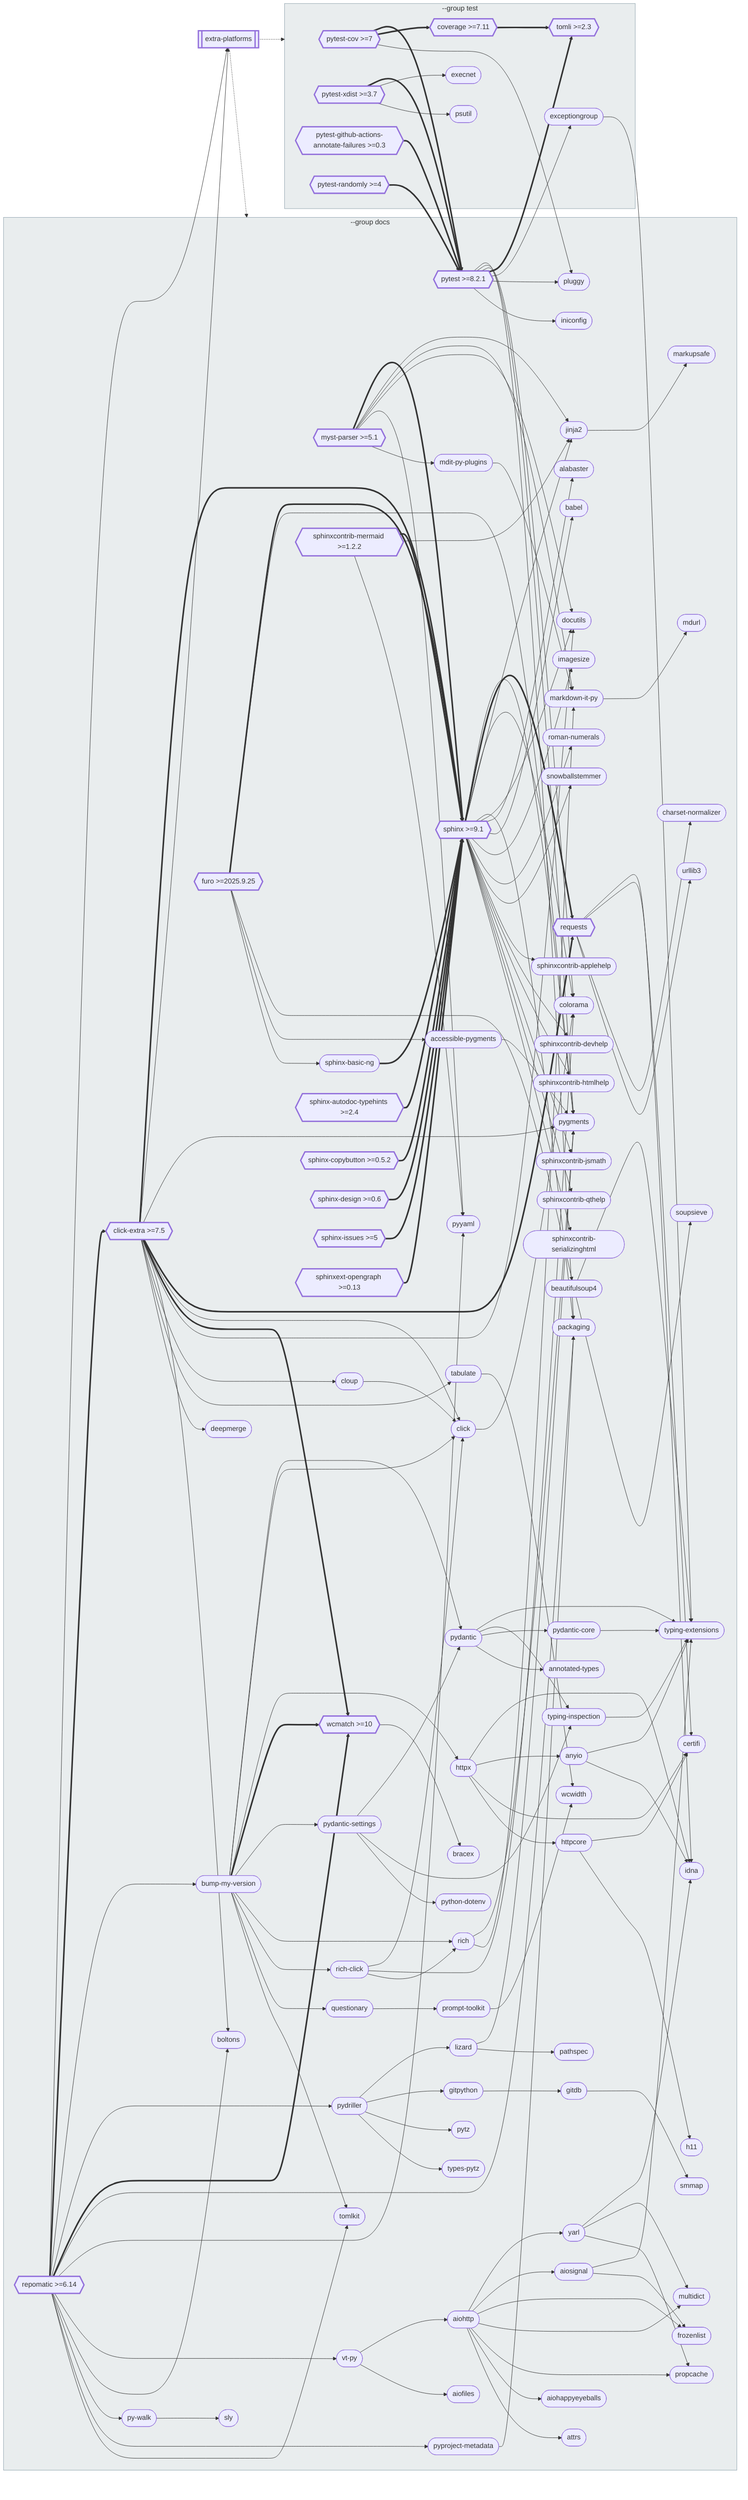
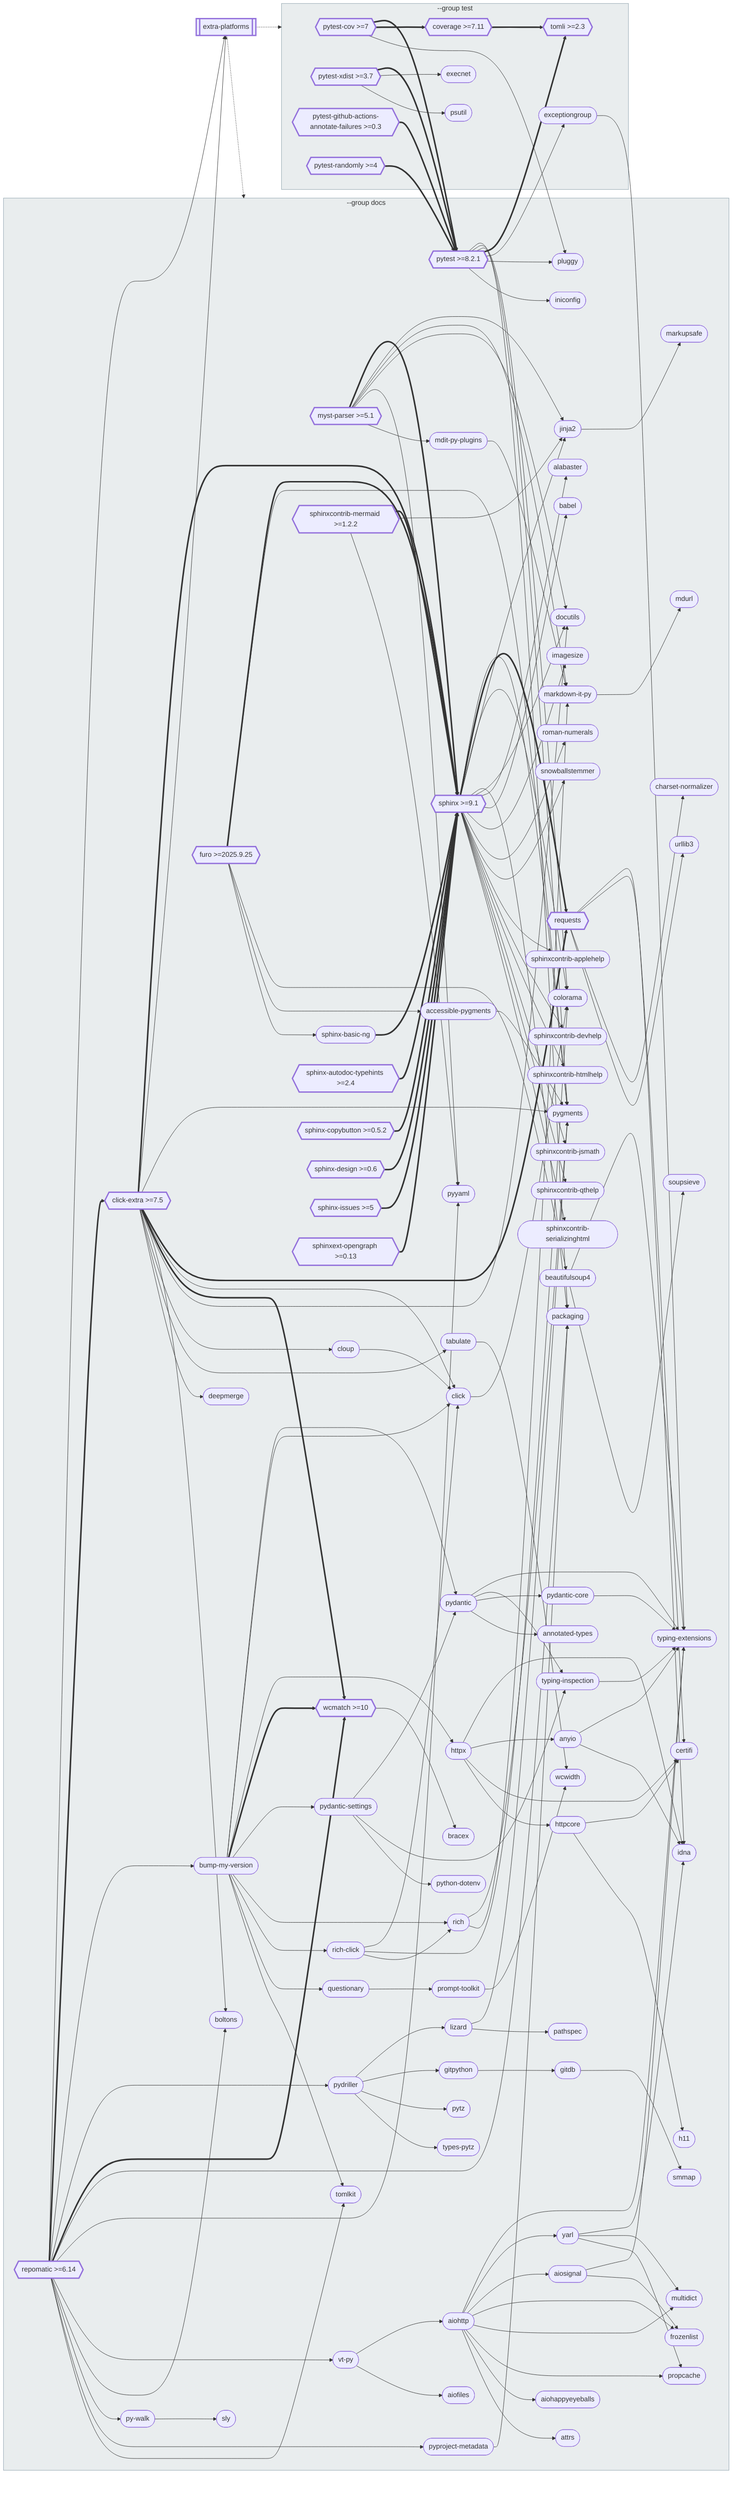
flowchart LR
    extra_platforms[["`extra-platforms`"]]

    subgraph grp_docs [--group docs]
        sphinx{{"`sphinx >=9.1`"}}
        click_extra{{"`click-extra >=7.5`"}}
        repomatic{{"`repomatic >=6.14`"}}
        pytest{{"`pytest >=8.2.1`"}}
        bump_my_version(["`bump-my-version`"])
        aiohttp(["`aiohttp`"])
+         typing_extensions(["`typing-extensions`"])
        myst_parser{{"`myst-parser >=5.1`"}}
        pygments(["`pygments`"])
        requests{{"`requests`"}}
-         typing_extensions(["`typing-extensions`"])
        furo{{"`furo >=2025.9.25`"}}
        pydantic(["`pydantic`"])
        click_0(["`click`"])
        httpx(["`httpx`"])
        pydriller(["`pydriller`"])
        wcmatch{{"`wcmatch >=10`"}}
        colorama(["`colorama`"])
        idna(["`idna`"])
        jinja2(["`jinja2`"])
        markdown_it_py(["`markdown-it-py`"])
        packaging(["`packaging`"])
        pydantic_settings(["`pydantic-settings`"])
        rich(["`rich`"])
        rich_click(["`rich-click`"])
        sphinxcontrib_mermaid{{"`sphinxcontrib-mermaid >=1.2.2`"}}
        yarl(["`yarl`"])
        aiosignal(["`aiosignal`"])
        anyio(["`anyio`"])
        beautifulsoup4(["`beautifulsoup4`"])
        certifi(["`certifi`"])
        docutils(["`docutils`"])
        httpcore(["`httpcore`"])
        lizard(["`lizard`"])
        pyyaml(["`pyyaml`"])
        typing_inspection(["`typing-inspection`"])
        vt_py(["`vt-py`"])
        accessible_pygments(["`accessible-pygments`"])
        boltons(["`boltons`"])
        cloup(["`cloup`"])
        frozenlist(["`frozenlist`"])
        gitdb(["`gitdb`"])
        gitpython(["`gitpython`"])
        mdit_py_plugins(["`mdit-py-plugins`"])
        multidict(["`multidict`"])
        pluggy(["`pluggy`"])
        prompt_toolkit(["`prompt-toolkit`"])
        propcache(["`propcache`"])
        py_walk(["`py-walk`"])
        pydantic_core(["`pydantic-core`"])
        pyproject_metadata(["`pyproject-metadata`"])
        questionary(["`questionary`"])
        sphinx_autodoc_typehints{{"`sphinx-autodoc-typehints >=2.4`"}}
        sphinx_basic_ng(["`sphinx-basic-ng`"])
        sphinx_copybutton{{"`sphinx-copybutton >=0.5.2`"}}
        sphinx_design{{"`sphinx-design >=0.6`"}}
        sphinx_issues{{"`sphinx-issues >=5`"}}
        sphinxext_opengraph{{"`sphinxext-opengraph >=0.13`"}}
        tabulate(["`tabulate`"])
        tomlkit(["`tomlkit`"])
        wcwidth(["`wcwidth`"])
        aiofiles(["`aiofiles`"])
        aiohappyeyeballs(["`aiohappyeyeballs`"])
        alabaster(["`alabaster`"])
        annotated_types(["`annotated-types`"])
        attrs(["`attrs`"])
        babel(["`babel`"])
        bracex(["`bracex`"])
        charset_normalizer(["`charset-normalizer`"])
        deepmerge(["`deepmerge`"])
        h11(["`h11`"])
        imagesize(["`imagesize`"])
        iniconfig(["`iniconfig`"])
        markupsafe(["`markupsafe`"])
        mdurl(["`mdurl`"])
        pathspec(["`pathspec`"])
        python_dotenv(["`python-dotenv`"])
        pytz(["`pytz`"])
        roman_numerals(["`roman-numerals`"])
        sly(["`sly`"])
        smmap(["`smmap`"])
        snowballstemmer(["`snowballstemmer`"])
        soupsieve(["`soupsieve`"])
        sphinxcontrib_applehelp(["`sphinxcontrib-applehelp`"])
        sphinxcontrib_devhelp(["`sphinxcontrib-devhelp`"])
        sphinxcontrib_htmlhelp(["`sphinxcontrib-htmlhelp`"])
        sphinxcontrib_jsmath(["`sphinxcontrib-jsmath`"])
        sphinxcontrib_qthelp(["`sphinxcontrib-qthelp`"])
        sphinxcontrib_serializinghtml(["`sphinxcontrib-serializinghtml`"])
        types_pytz(["`types-pytz`"])
        urllib3(["`urllib3`"])
    end

    subgraph grp_test [--group test]
        pytest_cov{{"`pytest-cov >=7`"}}
        pytest_xdist{{"`pytest-xdist >=3.7`"}}
        coverage{{"`coverage >=7.11`"}}
        tomli{{"`tomli >=2.3`"}}
        exceptiongroup(["`exceptiongroup`"])
        pytest_github_actions_annotate_failures{{"`pytest-github-actions-annotate-failures >=0.3`"}}
        pytest_randomly{{"`pytest-randomly >=4`"}}
        execnet(["`execnet`"])
        psutil(["`psutil`"])
    end

    sphinx --> pygments
    sphinx ==> requests
    sphinx --> colorama
    sphinx --> jinja2
    sphinx --> packaging
    sphinx --> docutils
    sphinx --> alabaster
    sphinx --> babel
    sphinx --> imagesize
    sphinx --> roman_numerals
    sphinx --> snowballstemmer
    sphinx --> sphinxcontrib_applehelp
    sphinx --> sphinxcontrib_devhelp
    sphinx --> sphinxcontrib_htmlhelp
    sphinx --> sphinxcontrib_jsmath
    sphinx --> sphinxcontrib_qthelp
    sphinx --> sphinxcontrib_serializinghtml
    click_extra ==> sphinx
    click_extra --> extra_platforms
    click_extra --> pygments
    click_extra ==> requests
    click_extra --> click_0
    click_extra ==> wcmatch
    click_extra --> docutils
    click_extra --> boltons
    click_extra --> cloup
    click_extra --> tabulate
    click_extra --> deepmerge
    repomatic --> extra_platforms
    repomatic ==> click_extra
    repomatic --> bump_my_version
    repomatic --> pydriller
    repomatic ==> wcmatch
    repomatic --> packaging
    repomatic --> pyyaml
    repomatic --> vt_py
    repomatic --> boltons
    repomatic --> py_walk
    repomatic --> pyproject_metadata
    repomatic --> tomlkit
    pytest --> pygments
    pytest --> colorama
    pytest --> packaging
    pytest ==> tomli
    pytest --> exceptiongroup
    pytest --> pluggy
    pytest --> iniconfig
    myst_parser ==> sphinx
    myst_parser --> jinja2
    myst_parser --> markdown_it_py
    myst_parser --> docutils
    myst_parser --> pyyaml
    myst_parser --> mdit_py_plugins
    requests --> idna
    requests --> certifi
    requests --> charset_normalizer
    requests --> urllib3
    furo ==> sphinx
    furo --> pygments
    furo --> beautifulsoup4
    furo --> accessible_pygments
    furo --> sphinx_basic_ng
    wcmatch --> bracex
    pytest_cov ==> pytest
    pytest_cov ==> coverage
    pytest_cov --> pluggy
    pytest_xdist ==> pytest
    pytest_xdist --> execnet
    pytest_xdist --> psutil
    sphinxcontrib_mermaid ==> sphinx
    sphinxcontrib_mermaid --> jinja2
    sphinxcontrib_mermaid --> pyyaml
    coverage ==> tomli
    pytest_github_actions_annotate_failures ==> pytest
    pytest_randomly ==> pytest
    sphinx_autodoc_typehints ==> sphinx
    sphinx_copybutton ==> sphinx
    sphinx_design ==> sphinx
    sphinx_issues ==> sphinx
    sphinxext_opengraph ==> sphinx
    bump_my_version --> pydantic
    bump_my_version --> click_0
    bump_my_version --> httpx
    bump_my_version ==> wcmatch
    bump_my_version --> pydantic_settings
    bump_my_version --> rich
    bump_my_version --> rich_click
    bump_my_version --> questionary
    bump_my_version --> tomlkit
    click_0 --> colorama
    pydriller --> lizard
    pydriller --> gitpython
    pydriller --> pytz
    pydriller --> types_pytz
    jinja2 --> markupsafe
    markdown_it_py --> mdurl
    beautifulsoup4 --> typing_extensions
    beautifulsoup4 --> soupsieve
    vt_py --> aiohttp
    vt_py --> aiofiles
    accessible_pygments --> pygments
    cloup --> click_0
    exceptiongroup --> typing_extensions
    mdit_py_plugins --> markdown_it_py
    py_walk --> sly
    pyproject_metadata --> packaging
    sphinx_basic_ng ==> sphinx
    tabulate --> wcwidth
+     aiohttp --> typing_extensions
    aiohttp --> yarl
    aiohttp --> aiosignal
    aiohttp --> frozenlist
    aiohttp --> multidict
    aiohttp --> propcache
    aiohttp --> aiohappyeyeballs
    aiohttp --> attrs
    pydantic --> typing_extensions
    pydantic --> typing_inspection
    pydantic --> pydantic_core
    pydantic --> annotated_types
    httpx --> idna
    httpx --> anyio
    httpx --> certifi
    httpx --> httpcore
    pydantic_settings --> pydantic
    pydantic_settings --> typing_inspection
    pydantic_settings --> python_dotenv
    rich --> pygments
    rich --> markdown_it_py
    rich_click --> click_0
    rich_click --> colorama
    rich_click --> rich
    lizard --> pygments
    lizard --> pathspec
    gitpython --> gitdb
    questionary --> prompt_toolkit
    yarl --> idna
    yarl --> multidict
    yarl --> propcache
    aiosignal --> typing_extensions
    aiosignal --> frozenlist
    anyio --> typing_extensions
    anyio --> idna
    httpcore --> certifi
    httpcore --> h11
    typing_inspection --> typing_extensions
    gitdb --> smmap
    prompt_toolkit --> wcwidth
    pydantic_core --> typing_extensions
    extra_platforms -.-> grp_docs
    extra_platforms -.-> grp_test

    click accessible_pygments "https://pypi.org/project/accessible-pygments/" _blank
    click aiofiles "https://pypi.org/project/aiofiles/" _blank
    click aiohappyeyeballs "https://pypi.org/project/aiohappyeyeballs/" _blank
    click aiohttp "https://pypi.org/project/aiohttp/" _blank
    click aiosignal "https://pypi.org/project/aiosignal/" _blank
    click alabaster "https://pypi.org/project/alabaster/" _blank
    click annotated_types "https://pypi.org/project/annotated-types/" _blank
    click anyio "https://pypi.org/project/anyio/" _blank
    click attrs "https://pypi.org/project/attrs/" _blank
    click babel "https://pypi.org/project/babel/" _blank
    click beautifulsoup4 "https://pypi.org/project/beautifulsoup4/" _blank
    click boltons "https://pypi.org/project/boltons/" _blank
    click bracex "https://pypi.org/project/bracex/" _blank
    click bump_my_version "https://pypi.org/project/bump-my-version/" _blank
    click certifi "https://pypi.org/project/certifi/" _blank
    click charset_normalizer "https://pypi.org/project/charset-normalizer/" _blank
    click click_0 "https://pypi.org/project/click/" _blank
    click click_extra "https://pypi.org/project/click-extra/" _blank
    click cloup "https://pypi.org/project/cloup/" _blank
    click colorama "https://pypi.org/project/colorama/" _blank
    click coverage "https://pypi.org/project/coverage/" _blank
    click deepmerge "https://pypi.org/project/deepmerge/" _blank
    click docutils "https://pypi.org/project/docutils/" _blank
    click exceptiongroup "https://pypi.org/project/exceptiongroup/" _blank
    click execnet "https://pypi.org/project/execnet/" _blank
    click extra_platforms "https://pypi.org/project/extra-platforms/" _blank
    click frozenlist "https://pypi.org/project/frozenlist/" _blank
    click furo "https://pypi.org/project/furo/" _blank
    click gitdb "https://pypi.org/project/gitdb/" _blank
    click gitpython "https://pypi.org/project/gitpython/" _blank
    click h11 "https://pypi.org/project/h11/" _blank
    click httpcore "https://pypi.org/project/httpcore/" _blank
    click httpx "https://pypi.org/project/httpx/" _blank
    click idna "https://pypi.org/project/idna/" _blank
    click imagesize "https://pypi.org/project/imagesize/" _blank
    click iniconfig "https://pypi.org/project/iniconfig/" _blank
    click jinja2 "https://pypi.org/project/jinja2/" _blank
    click lizard "https://pypi.org/project/lizard/" _blank
    click markdown_it_py "https://pypi.org/project/markdown-it-py/" _blank
    click markupsafe "https://pypi.org/project/markupsafe/" _blank
    click mdit_py_plugins "https://pypi.org/project/mdit-py-plugins/" _blank
    click mdurl "https://pypi.org/project/mdurl/" _blank
    click multidict "https://pypi.org/project/multidict/" _blank
    click myst_parser "https://pypi.org/project/myst-parser/" _blank
    click packaging "https://pypi.org/project/packaging/" _blank
    click pathspec "https://pypi.org/project/pathspec/" _blank
    click pluggy "https://pypi.org/project/pluggy/" _blank
    click prompt_toolkit "https://pypi.org/project/prompt-toolkit/" _blank
    click propcache "https://pypi.org/project/propcache/" _blank
    click psutil "https://pypi.org/project/psutil/" _blank
    click py_walk "https://pypi.org/project/py-walk/" _blank
    click pydantic "https://pypi.org/project/pydantic/" _blank
    click pydantic_core "https://pypi.org/project/pydantic-core/" _blank
    click pydantic_settings "https://pypi.org/project/pydantic-settings/" _blank
    click pydriller "https://pypi.org/project/pydriller/" _blank
    click pygments "https://pypi.org/project/pygments/" _blank
    click pyproject_metadata "https://pypi.org/project/pyproject-metadata/" _blank
    click pytest "https://pypi.org/project/pytest/" _blank
    click pytest_cov "https://pypi.org/project/pytest-cov/" _blank
    click pytest_github_actions_annotate_failures "https://pypi.org/project/pytest-github-actions-annotate-failures/" _blank
    click pytest_randomly "https://pypi.org/project/pytest-randomly/" _blank
    click pytest_xdist "https://pypi.org/project/pytest-xdist/" _blank
    click python_dotenv "https://pypi.org/project/python-dotenv/" _blank
    click pytz "https://pypi.org/project/pytz/" _blank
    click pyyaml "https://pypi.org/project/pyyaml/" _blank
    click questionary "https://pypi.org/project/questionary/" _blank
    click repomatic "https://pypi.org/project/repomatic/" _blank
    click requests "https://pypi.org/project/requests/" _blank
    click rich "https://pypi.org/project/rich/" _blank
    click rich_click "https://pypi.org/project/rich-click/" _blank
    click roman_numerals "https://pypi.org/project/roman-numerals/" _blank
    click sly "https://pypi.org/project/sly/" _blank
    click smmap "https://pypi.org/project/smmap/" _blank
    click snowballstemmer "https://pypi.org/project/snowballstemmer/" _blank
    click soupsieve "https://pypi.org/project/soupsieve/" _blank
    click sphinx "https://pypi.org/project/sphinx/" _blank
    click sphinx_autodoc_typehints "https://pypi.org/project/sphinx-autodoc-typehints/" _blank
    click sphinx_basic_ng "https://pypi.org/project/sphinx-basic-ng/" _blank
    click sphinx_copybutton "https://pypi.org/project/sphinx-copybutton/" _blank
    click sphinx_design "https://pypi.org/project/sphinx-design/" _blank
    click sphinx_issues "https://pypi.org/project/sphinx-issues/" _blank
    click sphinxcontrib_applehelp "https://pypi.org/project/sphinxcontrib-applehelp/" _blank
    click sphinxcontrib_devhelp "https://pypi.org/project/sphinxcontrib-devhelp/" _blank
    click sphinxcontrib_htmlhelp "https://pypi.org/project/sphinxcontrib-htmlhelp/" _blank
    click sphinxcontrib_jsmath "https://pypi.org/project/sphinxcontrib-jsmath/" _blank
    click sphinxcontrib_mermaid "https://pypi.org/project/sphinxcontrib-mermaid/" _blank
    click sphinxcontrib_qthelp "https://pypi.org/project/sphinxcontrib-qthelp/" _blank
    click sphinxcontrib_serializinghtml "https://pypi.org/project/sphinxcontrib-serializinghtml/" _blank
    click sphinxext_opengraph "https://pypi.org/project/sphinxext-opengraph/" _blank
    click tabulate "https://pypi.org/project/tabulate/" _blank
    click tomli "https://pypi.org/project/tomli/" _blank
    click tomlkit "https://pypi.org/project/tomlkit/" _blank
    click types_pytz "https://pypi.org/project/types-pytz/" _blank
    click typing_extensions "https://pypi.org/project/typing-extensions/" _blank
    click typing_inspection "https://pypi.org/project/typing-inspection/" _blank
    click urllib3 "https://pypi.org/project/urllib3/" _blank
    click vt_py "https://pypi.org/project/vt-py/" _blank
    click wcmatch "https://pypi.org/project/wcmatch/" _blank
    click wcwidth "https://pypi.org/project/wcwidth/" _blank
    click yarl "https://pypi.org/project/yarl/" _blank

    style extra_platforms stroke-width:3px
    style click_extra stroke-width:3px
    style coverage stroke-width:3px
    style furo stroke-width:3px
    style myst_parser stroke-width:3px
    style pytest stroke-width:3px
    style pytest_cov stroke-width:3px
    style pytest_github_actions_annotate_failures stroke-width:3px
    style pytest_randomly stroke-width:3px
    style pytest_xdist stroke-width:3px
    style repomatic stroke-width:3px
    style requests stroke-width:3px
    style sphinx stroke-width:3px
    style sphinx_autodoc_typehints stroke-width:3px
    style sphinx_copybutton stroke-width:3px
    style sphinx_design stroke-width:3px
    style sphinx_issues stroke-width:3px
    style sphinxcontrib_mermaid stroke-width:3px
    style sphinxext_opengraph stroke-width:3px
    style tomli stroke-width:3px
    style wcmatch stroke-width:3px

    style grp_docs fill:#546E7A20,stroke:#90A4AE
    style grp_test fill:#546E7A20,stroke:#90A4AE
